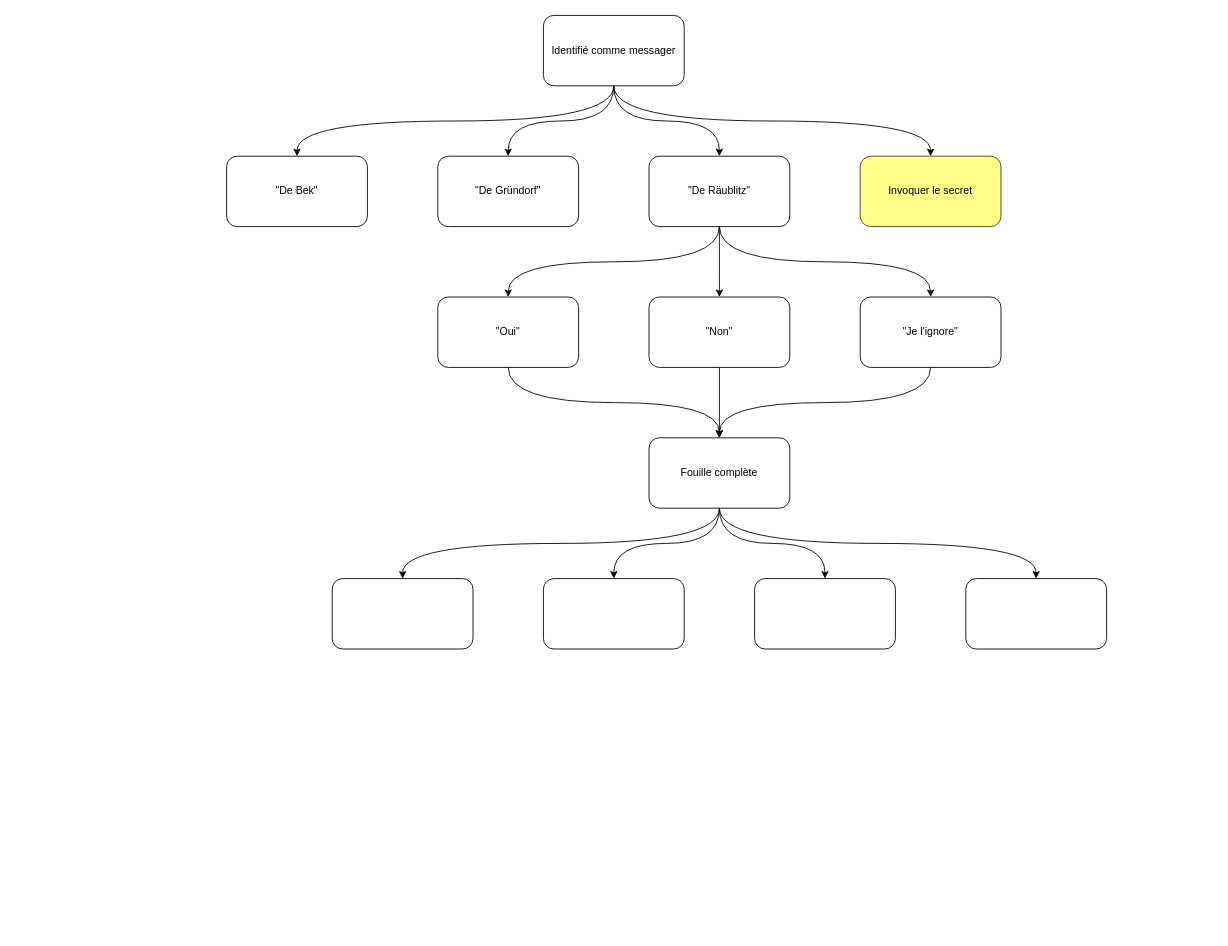
This is si_marque.drawio from benoit-smith/wissenwald, a draw.io file, before an edit. Source tidied: cells renumbered, new cells numbered last; positions are measured from the earlier drawing's top-left corner, leaving out a move shared by most shapes. Both pictures are drawn from the tidied source at 88%, with x=0, y=0 at pixel (226, 15).
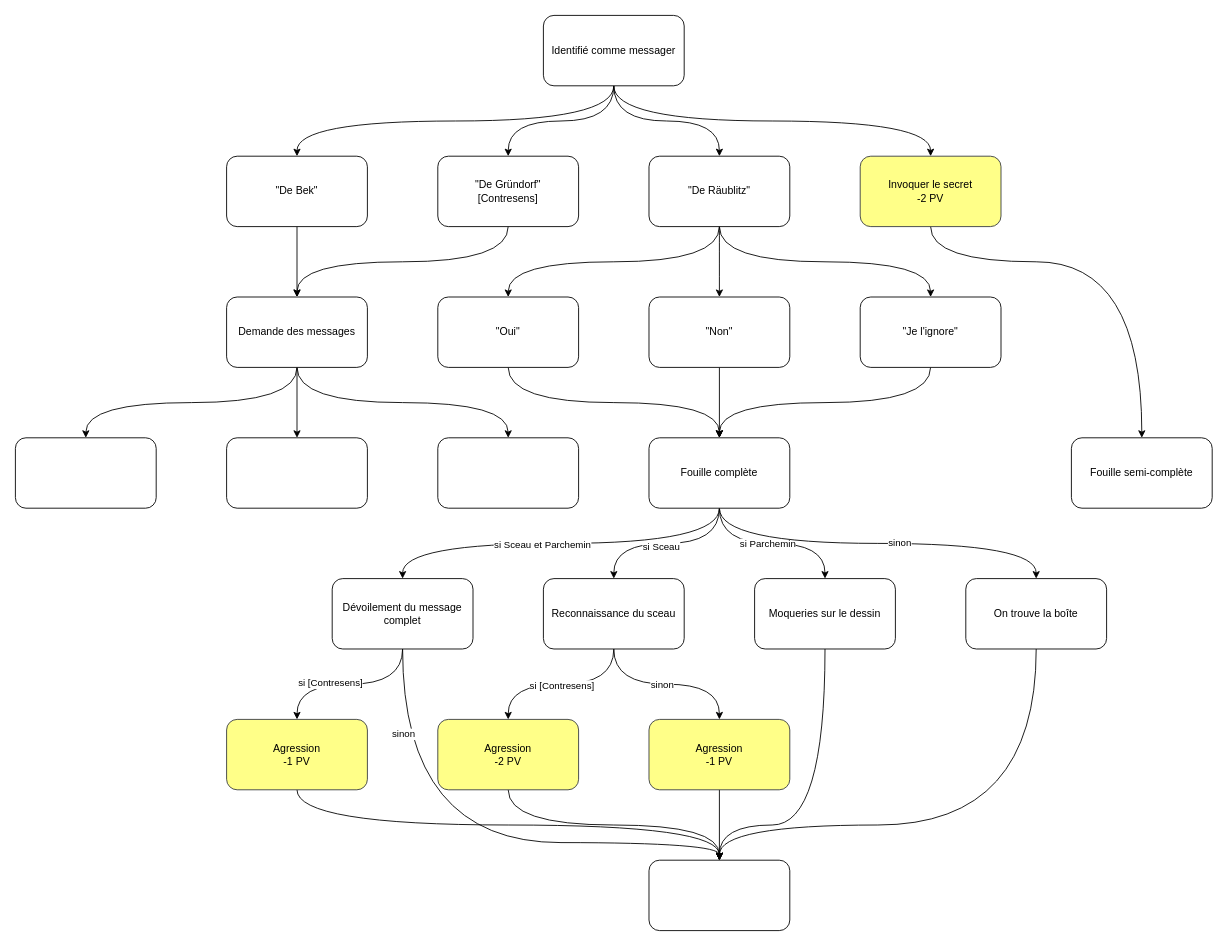
The same page after the edit.

Commit message:
Mettre à jour si_marque.drawio

The change refers to these unchanged cells:
```xml
<mxCell id="7" value="&quot;De Bek&quot;" style="rounded=1;whiteSpace=wrap;html=1;" parent="1" vertex="1">
  <mxGeometry y="160" width="160" height="80" as="geometry" />
</mxCell>
<mxCell id="20" style="edgeStyle=orthogonalEdgeStyle;rounded=0;jettySize=auto;html=1;exitX=0.5;exitY=1;exitDx=0;exitDy=0;curved=1;" parent="1" edge="1" source="24" target="25">
  <mxGeometry relative="1" as="geometry" />
</mxCell>
<mxCell id="21" style="edgeStyle=orthogonalEdgeStyle;rounded=0;jettySize=auto;html=1;curved=1;" parent="1" edge="1" source="24" target="26">
  <mxGeometry relative="1" as="geometry" />
</mxCell>
<mxCell id="22" style="edgeStyle=orthogonalEdgeStyle;rounded=0;jettySize=auto;html=1;curved=1;" parent="1" edge="1" source="24" target="27">
  <mxGeometry relative="1" as="geometry" />
</mxCell>
<mxCell id="23" style="edgeStyle=orthogonalEdgeStyle;rounded=0;jettySize=auto;html=1;exitX=0.5;exitY=1;exitDx=0;exitDy=0;curved=1;" parent="1" edge="1" source="24" target="28">
  <mxGeometry relative="1" as="geometry" />
</mxCell>
```

Change to the diagram source:
```diff
@@
+    <mxCell id="29" style="edgeStyle=orthogonalEdgeStyle;rounded=0;jettySize=auto;html=1;entryX=0.5;entryY=0;entryDx=0;entryDy=0;" parent="1" edge="1" source="7" target="57">
+      <mxGeometry relative="1" as="geometry" />
+    </mxCell>
@@
+    <mxCell id="30" style="edgeStyle=orthogonalEdgeStyle;rounded=0;jettySize=auto;html=1;exitX=0.5;exitY=1;exitDx=0;exitDy=0;curved=1;" parent="1" edge="1" source="8" target="57">
+      <mxGeometry relative="1" as="geometry" />
+    </mxCell>
-    <mxCell id="8" value="&quot;De Gründorf&quot;" style="rounded=1;whiteSpace=wrap;html=1;" parent="1" vertex="1">
+    <mxCell id="8" value="&lt;div&gt;&quot;De Gründorf&quot;&lt;/div&gt;&lt;div&gt;[Contresens]&lt;/div&gt;" style="rounded=1;whiteSpace=wrap;html=1;" parent="1" vertex="1">
       <mxGeometry x="240" y="160" width="160" height="80" as="geometry" />
     </mxCell>
@@
+    <mxCell id="31" style="edgeStyle=orthogonalEdgeStyle;rounded=0;jettySize=auto;html=1;exitX=0.5;exitY=1;exitDx=0;exitDy=0;curved=1;" parent="1" edge="1" source="13" target="53">
+      <mxGeometry relative="1" as="geometry">
+        <Array as="points">
+          <mxPoint x="800" y="280" />
+          <mxPoint x="1040" y="280" />
+        </Array>
+      </mxGeometry>
+    </mxCell>
-    <mxCell id="13" value="Invoquer le secret" style="rounded=1;whiteSpace=wrap;html=1;fillColor=#ffff88;strokeColor=#36393d;" parent="1" vertex="1">
+    <mxCell id="13" value="&lt;div&gt;Invoquer le secret&lt;/div&gt;&lt;div&gt;-2 PV&lt;/div&gt;" style="rounded=1;whiteSpace=wrap;html=1;fillColor=#ffff88;strokeColor=#36393d;" parent="1" vertex="1">
       <mxGeometry x="720" y="160" width="160" height="80" as="geometry" />
     </mxCell>
@@
+    <mxCell id="32" value="si Sceau et Parchemin" style="edgeLabel;html=1;align=center;verticalAlign=middle;" parent="20" vertex="1">
+      <mxGeometry x="0.1" y="1" relative="1" as="geometry" />
+    </mxCell>
@@
+    <mxCell id="33" value="si Sceau" style="edgeLabel;html=1;align=center;verticalAlign=middle;" parent="21" vertex="1">
+      <mxGeometry x="0.07" y="3" relative="1" as="geometry" />
+    </mxCell>
@@
+    <mxCell id="34" value="si Parchemin" style="edgeLabel;html=1;align=center;verticalAlign=middle;" parent="22" vertex="1">
+      <mxGeometry x="-0.06" relative="1" as="geometry" />
+    </mxCell>
@@
+    <mxCell id="35" value="sinon" style="edgeLabel;html=1;align=center;verticalAlign=middle;" parent="23" vertex="1">
+      <mxGeometry x="0.11" y="1" relative="1" as="geometry" />
+    </mxCell>
@@
+    <mxCell id="36" style="edgeStyle=orthogonalEdgeStyle;rounded=0;jettySize=auto;html=1;curved=1;" parent="1" edge="1" source="25" target="47">
+      <mxGeometry relative="1" as="geometry" />
+    </mxCell>
+    <mxCell id="37" value="si [Contresens]" style="edgeLabel;html=1;align=center;verticalAlign=middle;" parent="36" vertex="1">
+      <mxGeometry x="0.23" y="-2" relative="1" as="geometry" />
+    </mxCell>
+    <mxCell id="38" style="edgeStyle=orthogonalEdgeStyle;rounded=0;jettySize=auto;html=1;entryX=0.5;entryY=0;entryDx=0;entryDy=0;exitX=0.5;exitY=1;exitDx=0;exitDy=0;curved=1;" parent="1" edge="1" source="25" target="48">
+      <mxGeometry relative="1" as="geometry">
+        <Array as="points">
+          <mxPoint x="200" y="940" />
+          <mxPoint x="560" y="940" />
+        </Array>
+      </mxGeometry>
+    </mxCell>
+    <mxCell id="39" value="sinon" style="edgeLabel;html=1;align=center;verticalAlign=middle;" parent="38" vertex="1">
+      <mxGeometry x="-0.68" relative="1" as="geometry" />
+    </mxCell>
-    <mxCell id="25" style="rounded=1;whiteSpace=wrap;html=1;" parent="1" vertex="1">
+    <mxCell id="25" value="Dévoilement du message complet" style="rounded=1;whiteSpace=wrap;html=1;" parent="1" vertex="1">
       <mxGeometry x="120" y="640" width="160" height="80" as="geometry" />
     </mxCell>
+    <mxCell id="40" style="edgeStyle=orthogonalEdgeStyle;rounded=0;jettySize=auto;html=1;curved=1;" parent="1" edge="1" source="26" target="52">
+      <mxGeometry relative="1" as="geometry" />
+    </mxCell>
+    <mxCell id="41" value="sinon" style="edgeLabel;html=1;align=center;verticalAlign=middle;" parent="40" vertex="1">
+      <mxGeometry x="-0.06" relative="1" as="geometry" />
+    </mxCell>
+    <mxCell id="42" style="edgeStyle=orthogonalEdgeStyle;rounded=0;jettySize=auto;html=1;curved=1;" parent="1" edge="1" source="26" target="50">
+      <mxGeometry relative="1" as="geometry" />
+    </mxCell>
+    <mxCell id="43" value="si [Contresens]" style="edgeLabel;html=1;align=center;verticalAlign=middle;" parent="42" vertex="1">
+      <mxGeometry y="1" relative="1" as="geometry" />
+    </mxCell>
-    <mxCell id="26" style="rounded=1;whiteSpace=wrap;html=1;" parent="1" vertex="1">
+    <mxCell id="26" value="&lt;div&gt;Reconnaissance du sceau&lt;/div&gt;" style="rounded=1;whiteSpace=wrap;html=1;" parent="1" vertex="1">
       <mxGeometry x="360" y="640" width="160" height="80" as="geometry" />
     </mxCell>
+    <mxCell id="44" style="edgeStyle=orthogonalEdgeStyle;rounded=0;jettySize=auto;html=1;entryX=0.5;entryY=0;entryDx=0;entryDy=0;curved=1;" parent="1" edge="1" source="27" target="48">
+      <mxGeometry relative="1" as="geometry">
+        <Array as="points">
+          <mxPoint x="680" y="920" />
+          <mxPoint x="560" y="920" />
+        </Array>
+      </mxGeometry>
+    </mxCell>
-    <mxCell id="27" style="rounded=1;whiteSpace=wrap;html=1;" parent="1" vertex="1">
+    <mxCell id="27" value="Moqueries sur le dessin" style="rounded=1;whiteSpace=wrap;html=1;" parent="1" vertex="1">
       <mxGeometry x="600" y="640" width="160" height="80" as="geometry" />
     </mxCell>
+    <mxCell id="45" style="edgeStyle=orthogonalEdgeStyle;rounded=0;jettySize=auto;html=1;entryX=0.5;entryY=0;entryDx=0;entryDy=0;exitX=0.5;exitY=1;exitDx=0;exitDy=0;curved=1;" parent="1" edge="1" source="28" target="48">
+      <mxGeometry relative="1" as="geometry">
+        <Array as="points">
+          <mxPoint x="920" y="920" />
+          <mxPoint x="560" y="920" />
+        </Array>
+      </mxGeometry>
+    </mxCell>
-    <mxCell id="28" style="rounded=1;whiteSpace=wrap;html=1;" parent="1" vertex="1">
+    <mxCell id="28" value="On trouve la boîte" style="rounded=1;whiteSpace=wrap;html=1;" parent="1" vertex="1">
       <mxGeometry x="840" y="640" width="160" height="80" as="geometry" />
     </mxCell>
+    <mxCell id="46" style="edgeStyle=orthogonalEdgeStyle;rounded=0;jettySize=auto;html=1;entryX=0.5;entryY=0;entryDx=0;entryDy=0;exitX=0.5;exitY=1;exitDx=0;exitDy=0;curved=1;" parent="1" edge="1" source="47" target="48">
+      <mxGeometry relative="1" as="geometry" />
+    </mxCell>
+    <mxCell id="47" value="&lt;div&gt;Agression&lt;/div&gt;&lt;div&gt;-1 PV&lt;/div&gt;" style="rounded=1;whiteSpace=wrap;html=1;fillColor=#ffff88;strokeColor=#36393d;" parent="1" vertex="1">
+      <mxGeometry y="800" width="160" height="80" as="geometry" />
+    </mxCell>
+    <mxCell id="48" style="rounded=1;whiteSpace=wrap;html=1;" parent="1" vertex="1">
+      <mxGeometry x="480" y="960" width="160" height="80" as="geometry" />
+    </mxCell>
+    <mxCell id="49" style="edgeStyle=orthogonalEdgeStyle;rounded=0;jettySize=auto;html=1;entryX=0.5;entryY=0;entryDx=0;entryDy=0;exitX=0.5;exitY=1;exitDx=0;exitDy=0;curved=1;" parent="1" edge="1" source="50" target="48">
+      <mxGeometry relative="1" as="geometry" />
+    </mxCell>
+    <mxCell id="50" value="&lt;div&gt;Agression&lt;/div&gt;&lt;div&gt;-2 PV&lt;/div&gt;" style="rounded=1;whiteSpace=wrap;html=1;fillColor=#ffff88;strokeColor=#36393d;" parent="1" vertex="1">
+      <mxGeometry x="240" y="800" width="160" height="80" as="geometry" />
+    </mxCell>
+    <mxCell id="51" style="edgeStyle=orthogonalEdgeStyle;rounded=0;jettySize=auto;html=1;entryX=0.5;entryY=0;entryDx=0;entryDy=0;" parent="1" edge="1" source="52" target="48">
+      <mxGeometry relative="1" as="geometry" />
+    </mxCell>
+    <mxCell id="52" value="&lt;div&gt;Agression&lt;/div&gt;&lt;div&gt;-1 PV&lt;/div&gt;" style="rounded=1;whiteSpace=wrap;html=1;fillColor=#ffff88;strokeColor=#36393d;" parent="1" vertex="1">
+      <mxGeometry x="480" y="800" width="160" height="80" as="geometry" />
+    </mxCell>
+    <mxCell id="53" value="Fouille semi-complète" style="rounded=1;whiteSpace=wrap;html=1;" parent="1" vertex="1">
+      <mxGeometry x="960" y="480" width="160" height="80" as="geometry" />
+    </mxCell>
+    <mxCell id="54" style="edgeStyle=orthogonalEdgeStyle;rounded=0;jettySize=auto;html=1;exitX=0.5;exitY=1;exitDx=0;exitDy=0;curved=1;" parent="1" edge="1" source="57" target="58">
+      <mxGeometry relative="1" as="geometry" />
+    </mxCell>
+    <mxCell id="55" style="edgeStyle=orthogonalEdgeStyle;rounded=0;jettySize=auto;html=1;" parent="1" edge="1" source="57" target="59">
+      <mxGeometry relative="1" as="geometry" />
+    </mxCell>
+    <mxCell id="56" style="edgeStyle=orthogonalEdgeStyle;rounded=0;jettySize=auto;html=1;exitX=0.5;exitY=1;exitDx=0;exitDy=0;curved=1;" parent="1" edge="1" source="57" target="60">
+      <mxGeometry relative="1" as="geometry" />
+    </mxCell>
+    <mxCell id="57" value="Demande des messages" style="rounded=1;whiteSpace=wrap;html=1;" parent="1" vertex="1">
+      <mxGeometry y="320" width="160" height="80" as="geometry" />
+    </mxCell>
+    <mxCell id="58" style="rounded=1;whiteSpace=wrap;html=1;" parent="1" vertex="1">
+      <mxGeometry x="240" y="480" width="160" height="80" as="geometry" />
+    </mxCell>
+    <mxCell id="59" style="rounded=1;whiteSpace=wrap;html=1;" parent="1" vertex="1">
+      <mxGeometry y="480" width="160" height="80" as="geometry" />
+    </mxCell>
+    <mxCell id="60" style="rounded=1;whiteSpace=wrap;html=1;" parent="1" vertex="1">
+      <mxGeometry x="-240" y="480" width="160" height="80" as="geometry" />
+    </mxCell>
```
